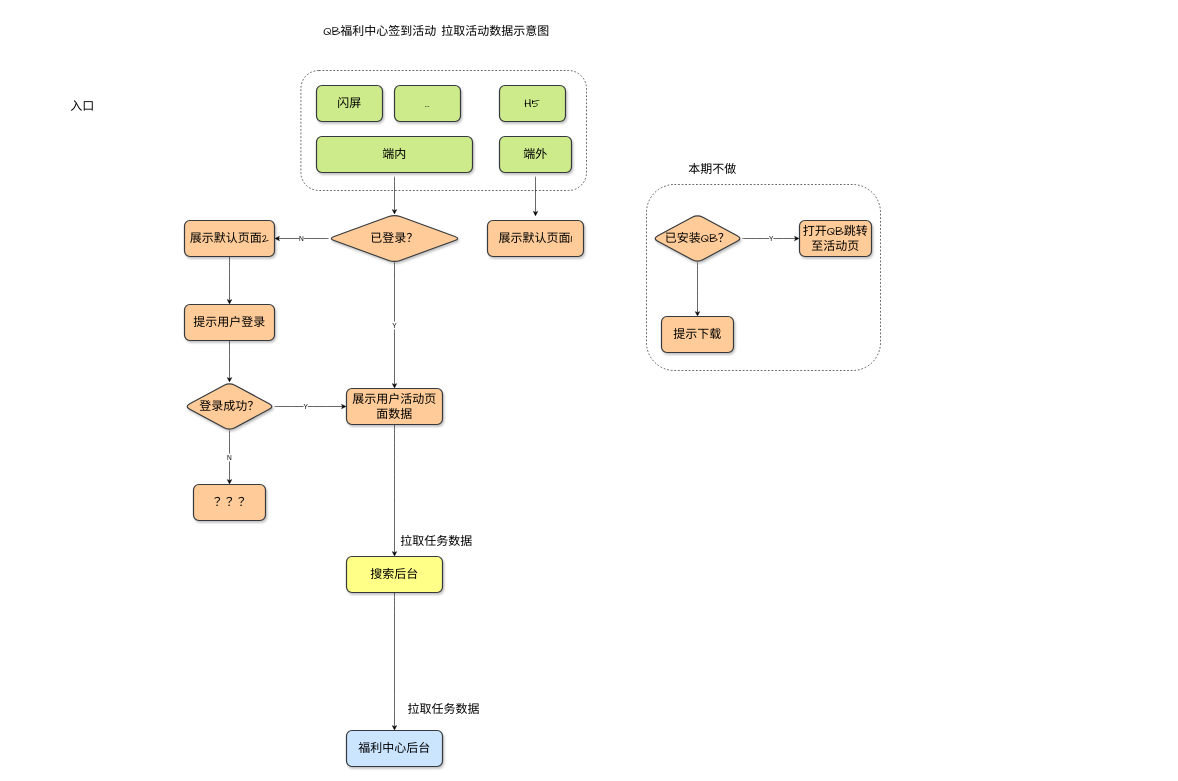
Above: qiandao.drawio in hashyong/drawio (draw.io), before the change. Source tidied: cells renumbered, new cells numbered last; positions are measured from the earlier drawing's top-left corner, leaving out a move shared by most shapes. Both pictures are drawn from the tidied source at 60%, with x=0, y=0 at pixel (10, 10).
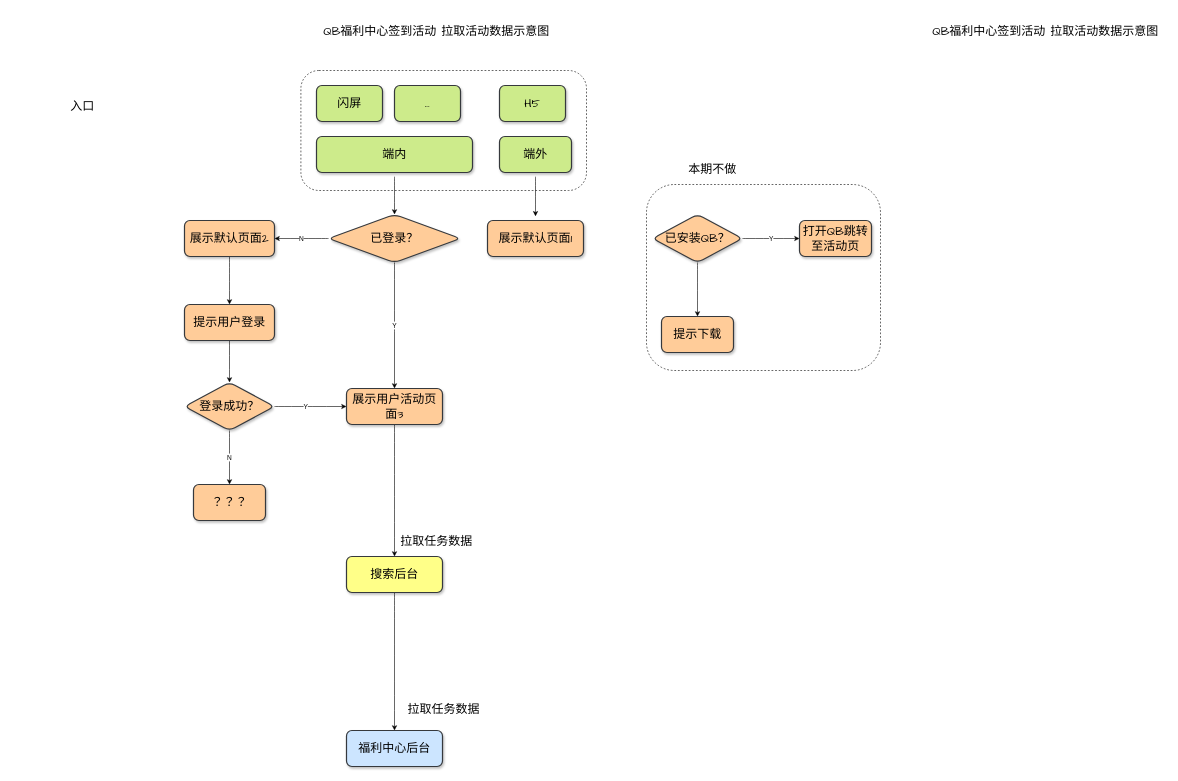
The same diagram, later.

The edit, as a diff of the source:
```diff
@@
-    <mxCell id="28" value="&lt;span style=&quot;font-size: 20px&quot;&gt;展示用户活动页面数据&lt;/span&gt;" style="whiteSpace=wrap;html=1;rounded=1;shadow=1;fontFamily=Comic Sans MS;strokeColor=#36393d;strokeWidth=2;fillColor=#ffcc99;glass=0;" parent="1" vertex="1">
+    <mxCell id="28" value="&lt;span style=&quot;font-size: 20px&quot;&gt;展示用户活动页面3&lt;/span&gt;" style="whiteSpace=wrap;html=1;rounded=1;shadow=1;fontFamily=Comic Sans MS;strokeColor=#36393d;strokeWidth=2;fillColor=#ffcc99;glass=0;" parent="1" vertex="1">
       <mxGeometry x="560" y="630" width="160" height="60" as="geometry" />
     </mxCell>
@@
+    <mxCell id="39" value="&lt;font face=&quot;comic sans ms&quot;&gt;&lt;span style=&quot;font-size: 20px&quot;&gt;QB福利中心签到活动 拉取活动数据示意图&lt;br&gt;&lt;/span&gt;&lt;/font&gt;" style="text;html=1;strokeColor=none;fillColor=none;align=center;verticalAlign=middle;whiteSpace=wrap;rounded=0;" parent="1" vertex="1">
+      <mxGeometry x="1520" width="410" height="70" as="geometry" />
+    </mxCell>
```
